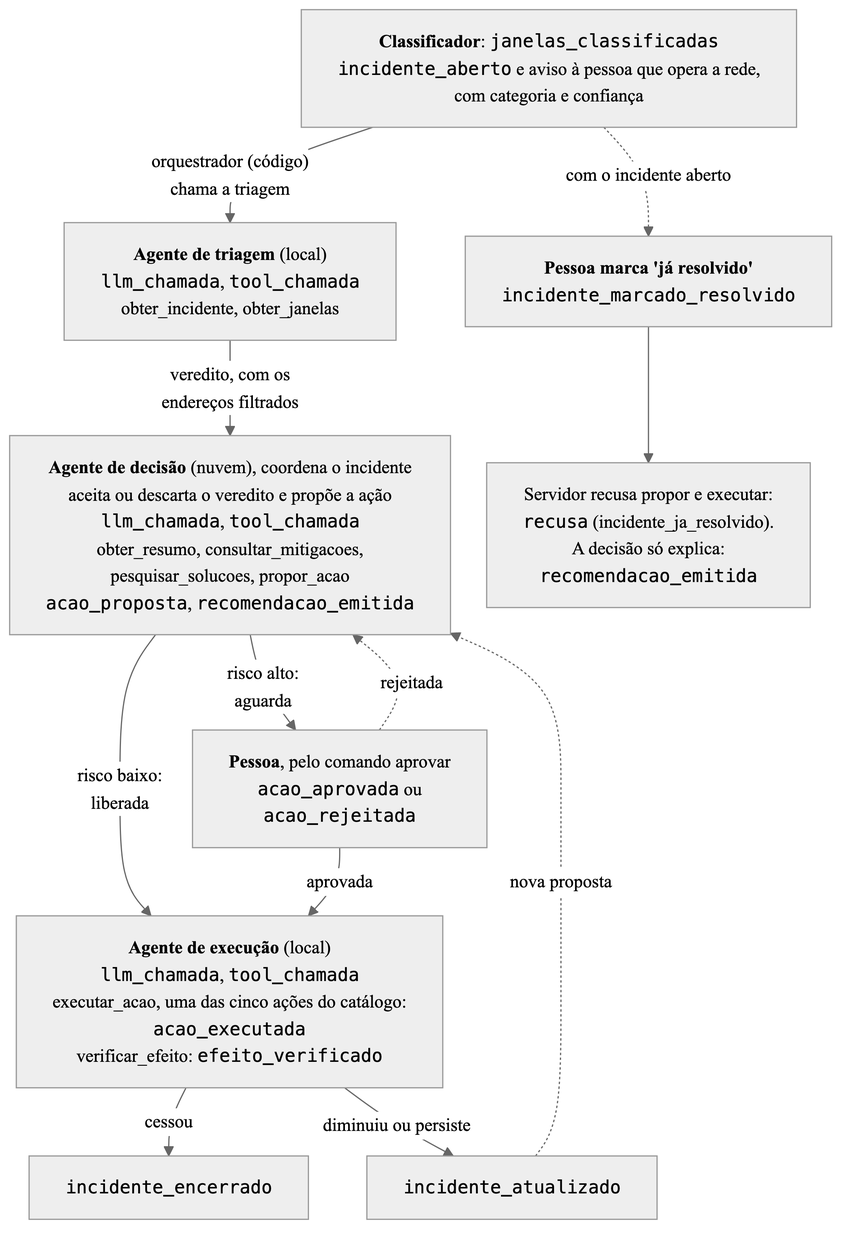
This is artigo/figuras/fluxo_incidente.png from stermiix/SentryIoT, a Mermaid export, as it was before one commit. Its source is kept beside it as artigo/figuras/fluxo_incidente.mmd.
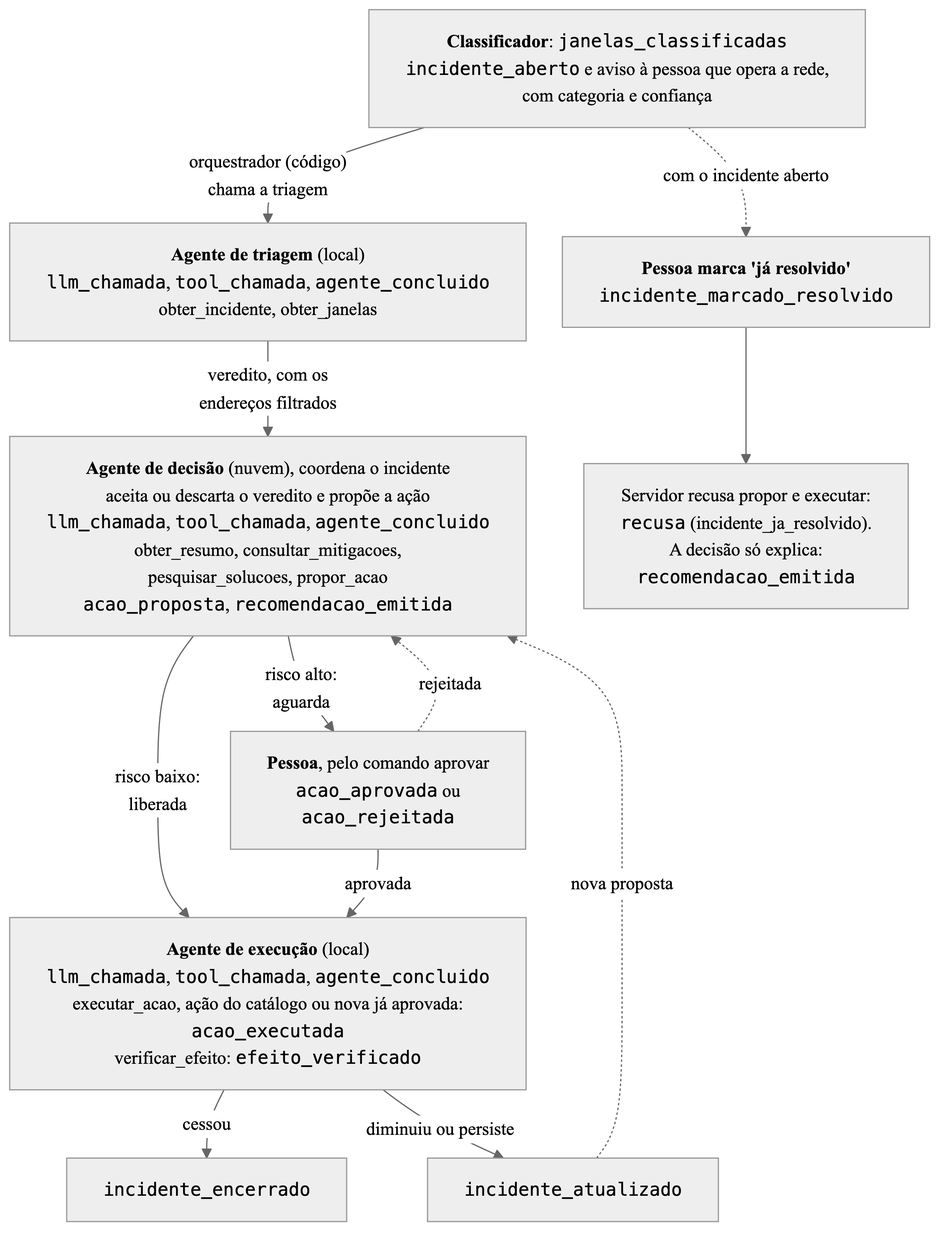
After the change.

Commit message:
Figuras 1 e 2: agente_concluido do contrato 0.5.0, execução também da ação nova aprovada e o que falta implementar marcado na legenda

Change to the diagram source:
```diff
@@ -1,10 +1,10 @@
 %%{init: {"theme": "neutral", "themeVariables": {"fontFamily": "Times New Roman, Times, serif", "fontSize": "15px"}, "flowchart": {"nodeSpacing": 30, "rankSpacing": 34, "wrappingWidth": 460}}}%%
 flowchart TB
     aberto["<b>Classificador</b>: <code>janelas_classificadas</code><br/><code>incidente_aberto</code> e aviso à pessoa que opera a rede,<br/>com categoria e confiança"]
-    triagem["<b>Agente de triagem</b> (local)<br/><code>llm_chamada</code>, <code>tool_chamada</code><br/>obter_incidente, obter_janelas"]
-    decisao["<b>Agente de decisão</b> (nuvem), coordena o incidente<br/>aceita ou descarta o veredito e propõe a ação<br/><code>llm_chamada</code>, <code>tool_chamada</code><br/>obter_resumo, consultar_mitigacoes,<br/>pesquisar_solucoes, propor_acao<br/><code>acao_proposta</code>, <code>recomendacao_emitida</code>"]
+    triagem["<b>Agente de triagem</b> (local)<br/><code>llm_chamada</code>, <code>tool_chamada</code>, <code>agente_concluido</code><br/>obter_incidente, obter_janelas"]
+    decisao["<b>Agente de decisão</b> (nuvem), coordena o incidente<br/>aceita ou descarta o veredito e propõe a ação<br/><code>llm_chamada</code>, <code>tool_chamada</code>, <code>agente_concluido</code><br/>obter_resumo, consultar_mitigacoes,<br/>pesquisar_solucoes, propor_acao<br/><code>acao_proposta</code>, <code>recomendacao_emitida</code>"]
     aprovacao["<b>Pessoa</b>, pelo comando aprovar<br/><code>acao_aprovada</code> ou<br/><code>acao_rejeitada</code>"]
-    execucao["<b>Agente de execução</b> (local)<br/><code>llm_chamada</code>, <code>tool_chamada</code><br/>executar_acao, uma das cinco ações do catálogo:<br/><code>acao_executada</code><br/>verificar_efeito: <code>efeito_verificado</code>"]
+    execucao["<b>Agente de execução</b> (local)<br/><code>llm_chamada</code>, <code>tool_chamada</code>, <code>agente_concluido</code><br/>executar_acao, ação do catálogo ou nova já aprovada:<br/><code>acao_executada</code><br/>verificar_efeito: <code>efeito_verificado</code>"]
     encerrado["<code>incidente_encerrado</code>"]
     atualizado["<code>incidente_atualizado</code>"]
 
```
